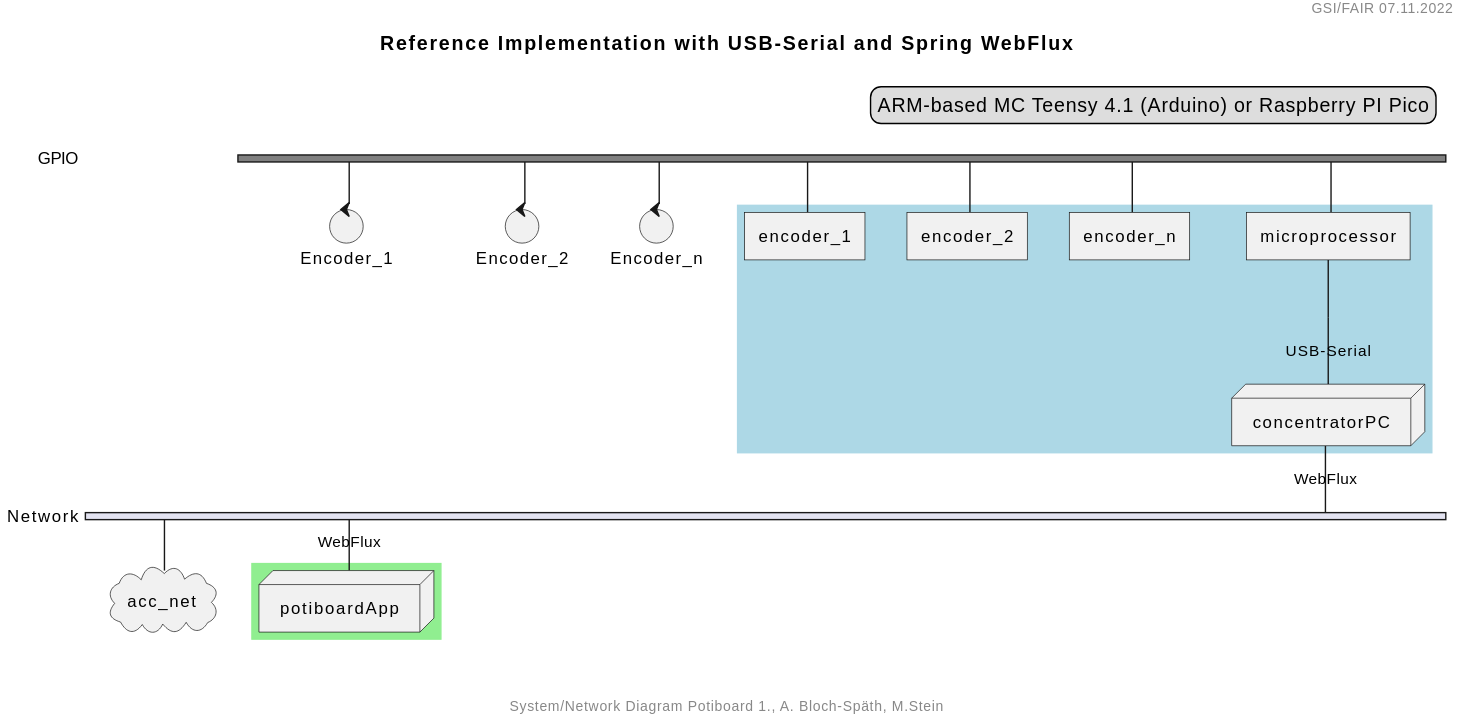
This is evaluation/common/img/potiboard_network_01.svg from steinmartin/encoder-positions-docs, a PlantUML export, as it was before one commit. Source of this version:
```plantuml
@startuml

header GSI/FAIR 07.11.2022
footer System/Network Diagram Potiboard 1., A. Bloch-Späth, M.Stein
title Reference Implementation with USB-Serial and Spring WebFlux

 legend top right
   ARM-based MC Teensy 4.1 (Arduino) or Raspberry PI Pico
 endlegend

nwdiag {
  network GPIO {
    group {
      color = "lightblue";
       encoder_1;
       encoder_2;
       encoder_n;
      microprocessor;
      concentratorPC;
    }
    color = "gray"
    Encoder_1 [shape = control];
    Encoder_2 [shape = control];
    Encoder_n [shape = control];
    microprocessor [shape = component];
    microprocessor -- concentratorPC;
   concentratorPC [shape = node, address = USB-Serial];
  }

  network Network {
    group {
      color = "lightgreen";
      potiboardApp;
    }
    acc_net [shape = cloud];
    concentratorPC [shape = node, address = WebFlux];
    potiboardApp [shape = node, address = WebFlux];
  }
}
@enduml
```
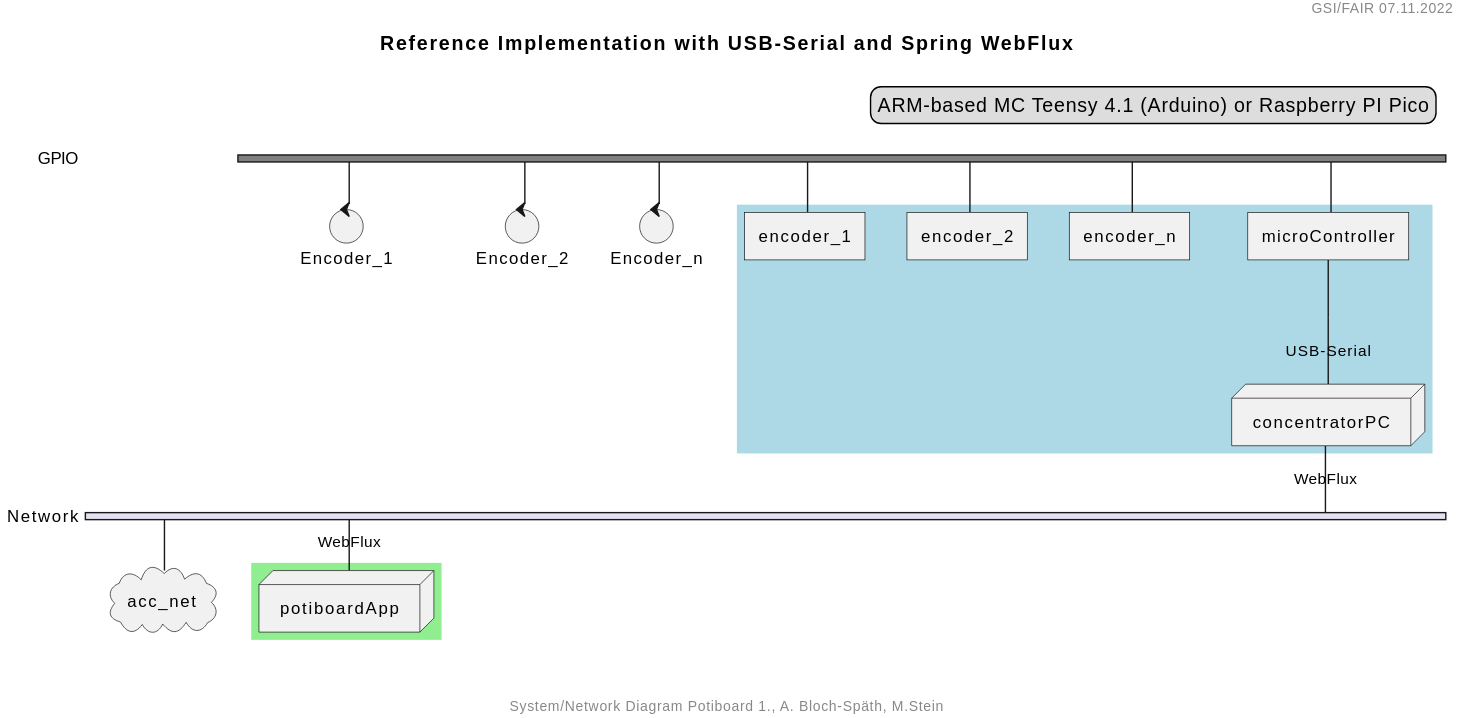
After the commit.

The edit, as a diff of the source:
```diff
@@ -15,15 +15,15 @@
        encoder_1;
        encoder_2;
        encoder_n;
-      microprocessor;
+      microController;
       concentratorPC;
     }
     color = "gray"
     Encoder_1 [shape = control];
     Encoder_2 [shape = control];
     Encoder_n [shape = control];
-    microprocessor [shape = component];
-    microprocessor -- concentratorPC;
+    microController [shape = component];
+    microController -- concentratorPC;
    concentratorPC [shape = node, address = USB-Serial];
   }
 
```
